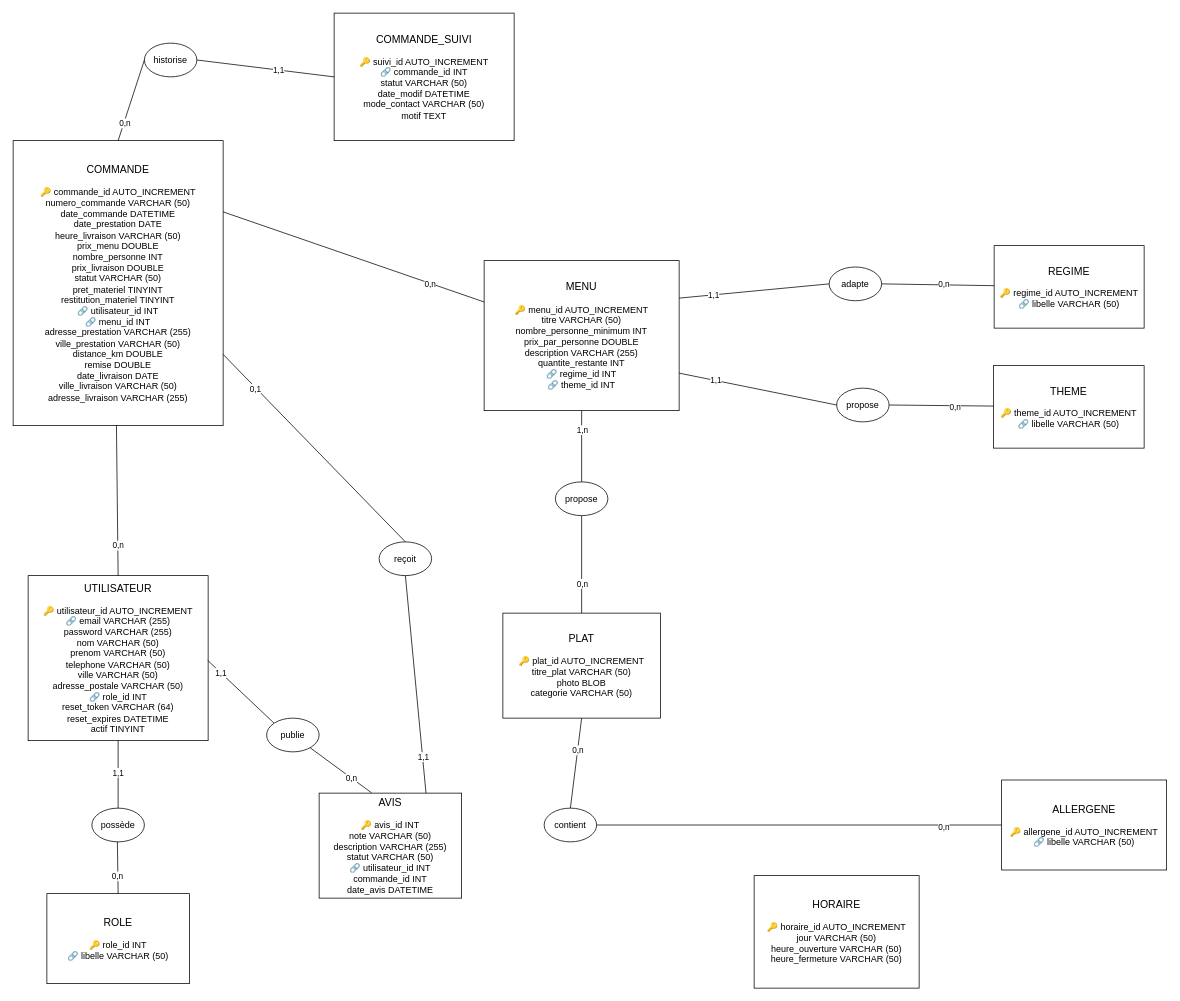
The draw.io diagram Documentation technique/Modèle Conceptuel de Données.drawio in Mathieupalle/vite-gourmand, before the edit. Source tidied: cells renumbered, new cells numbered last; positions are measured from the earlier drawing's top-left corner, leaving out a move shared by most shapes. Both pictures are drawn from the tidied source at 75%, with x=0, y=0 at pixel (13, 13).
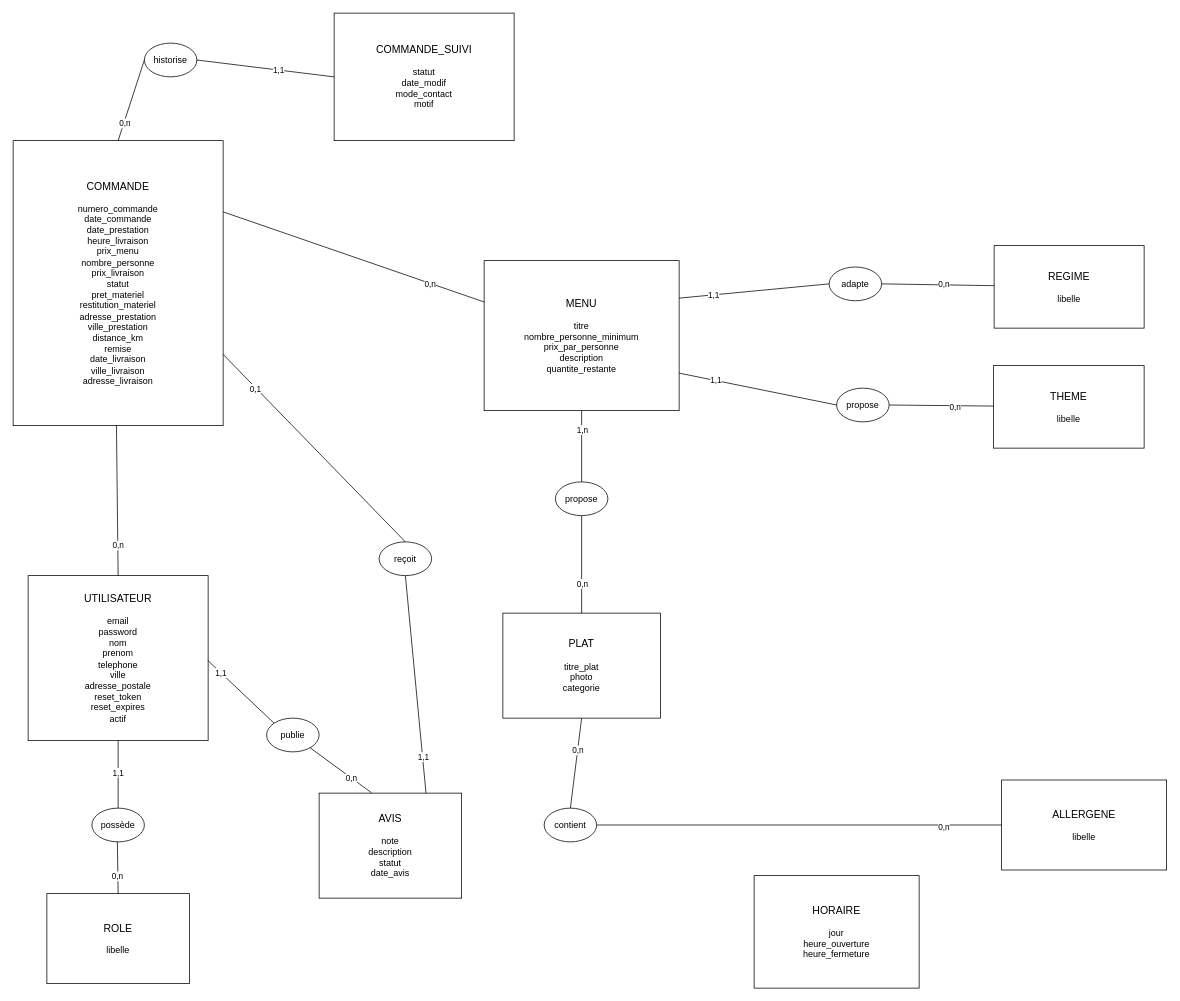
The same page after the edit.

Commit message (it also covers changes not shown here):
Mise à jour du modèle conceptuel de données et ajout de commentaires dans le code

What changed in the source:
```diff
@@
-    <mxCell id="2" value="&lt;font style=&quot;font-size: 14px;&quot;&gt;ROLE&lt;/font&gt;&lt;div&gt;&lt;br&gt;🔑 role_id INT&lt;br&gt;🔗 libelle VARCHAR (50)&lt;/div&gt;" style="rounded=0;whiteSpace=wrap;html=1;fillColor=#ffffff;strokeColor=#000000;" parent="1" vertex="1">
+    <mxCell id="2" value="&lt;font style=&quot;font-size: 14px;&quot;&gt;ROLE&lt;/font&gt;&lt;div&gt;&lt;br&gt;libelle&lt;/div&gt;" style="rounded=0;whiteSpace=wrap;html=1;fillColor=#ffffff;strokeColor=#000000;" parent="1" vertex="1">
       <mxGeometry x="45" y="1174" width="190" height="120" as="geometry" />
     </mxCell>
-    <mxCell id="3" value="&lt;font style=&quot;font-size: 14px;&quot;&gt;UTILISATEUR&lt;/font&gt;&lt;div&gt;&lt;br&gt;🔑 utilisateur_id AUTO_INCREMENT&lt;br&gt;🔗 email VARCHAR (255)&lt;br&gt;password VARCHAR (255)&lt;br&gt;nom VARCHAR (50)&lt;/div&gt;&lt;div&gt;prenom VARCHAR (50)&lt;br&gt;telephone VARCHAR (50)&lt;br&gt;ville VARCHAR (50)&lt;br&gt;adresse_postale VARCHAR (50)&lt;/div&gt;&lt;div&gt;&lt;span style=&quot;background-color: transparent; color: light-dark(rgb(0, 0, 0), rgb(255, 255, 255));&quot;&gt;🔗&amp;nbsp;&lt;/span&gt;role_id INT&lt;/div&gt;&lt;div&gt;reset_token VARCHAR (64)&lt;/div&gt;&lt;div&gt;reset_expires DATETIME&lt;/div&gt;&lt;div&gt;actif TINYINT&lt;/div&gt;" style="rounded=0;whiteSpace=wrap;html=1;fillColor=#ffffff;strokeColor=#000000;" parent="1" vertex="1">
+    <mxCell id="3" value="&lt;font style=&quot;font-size: 14px;&quot;&gt;UTILISATEUR&lt;/font&gt;&lt;div&gt;&lt;br&gt;email&lt;br&gt;password&lt;br&gt;nom&lt;/div&gt;&lt;div&gt;prenom&lt;br&gt;telephone&lt;br&gt;ville&lt;br&gt;adresse_postale&lt;/div&gt;&lt;div&gt;reset_token&lt;/div&gt;&lt;div&gt;reset_expires&lt;/div&gt;&lt;div&gt;actif&lt;/div&gt;" style="rounded=0;whiteSpace=wrap;html=1;fillColor=#ffffff;strokeColor=#000000;" parent="1" vertex="1">
       <mxGeometry x="20" y="750" width="240" height="220" as="geometry" />
     </mxCell>
-    <mxCell id="4" value="&lt;font style=&quot;font-size: 14px;&quot;&gt;REGIME&lt;/font&gt;&lt;div&gt;&lt;br&gt;🔑 regime_id AUTO_INCREMENT&lt;br&gt;🔗 libelle VARCHAR (50)&lt;/div&gt;" style="rounded=0;whiteSpace=wrap;html=1;fillColor=#ffffff;strokeColor=#000000;" parent="1" vertex="1">
+    <mxCell id="4" value="&lt;font style=&quot;font-size: 14px;&quot;&gt;REGIME&lt;/font&gt;&lt;div&gt;&lt;br&gt;libelle&lt;/div&gt;" style="rounded=0;whiteSpace=wrap;html=1;fillColor=#ffffff;strokeColor=#000000;" parent="1" vertex="1">
       <mxGeometry x="1308" y="310" width="200" height="110" as="geometry" />
     </mxCell>
-    <mxCell id="5" value="&lt;font style=&quot;font-size: 14px;&quot;&gt;THEME&lt;/font&gt;&lt;div&gt;&lt;br&gt;🔑 theme_id AUTO_INCREMENT&lt;br&gt;🔗 libelle VARCHAR (50)&lt;/div&gt;" style="rounded=0;whiteSpace=wrap;html=1;fillColor=#ffffff;strokeColor=#000000;" parent="1" vertex="1">
+    <mxCell id="5" value="&lt;font style=&quot;font-size: 14px;&quot;&gt;THEME&lt;/font&gt;&lt;div&gt;&lt;br&gt;libelle&lt;/div&gt;" style="rounded=0;whiteSpace=wrap;html=1;fillColor=#ffffff;strokeColor=#000000;" parent="1" vertex="1">
       <mxGeometry x="1307" y="470" width="201" height="110" as="geometry" />
     </mxCell>
-    <mxCell id="6" value="&lt;font style=&quot;font-size: 14px;&quot;&gt;MENU&lt;/font&gt;&lt;div&gt;&lt;br&gt;🔑 menu_id AUTO_INCREMENT&lt;br&gt;titre VARCHAR (50)&lt;br&gt;nombre_personne_minimum INT&lt;br&gt;prix_par_personne DOUBLE&lt;br&gt;description VARCHAR (255)&lt;br&gt;quantite_restante INT&lt;br&gt;&lt;div&gt;&lt;span style=&quot;background-color: transparent; color: light-dark(rgb(0, 0, 0), rgb(255, 255, 255));&quot;&gt;🔗&amp;nbsp;&lt;/span&gt;regime_id INT&lt;/div&gt;&lt;div&gt;&lt;span style=&quot;background-color: transparent; color: light-dark(rgb(0, 0, 0), rgb(255, 255, 255));&quot;&gt;🔗&amp;nbsp;&lt;/span&gt;theme_id INT&lt;/div&gt;&lt;/div&gt;" style="rounded=0;whiteSpace=wrap;html=1;fillColor=#ffffff;strokeColor=#000000;" parent="1" vertex="1">
+    <mxCell id="6" value="&lt;font style=&quot;font-size: 14px;&quot;&gt;MENU&lt;/font&gt;&lt;div&gt;&lt;br&gt;titre&lt;br&gt;nombre_personne_minimum&lt;br&gt;prix_par_personne&lt;br&gt;description&lt;br&gt;quantite_restante&lt;/div&gt;" style="rounded=0;whiteSpace=wrap;html=1;fillColor=#ffffff;strokeColor=#000000;" parent="1" vertex="1">
       <mxGeometry x="628" y="330" width="260" height="200" as="geometry" />
     </mxCell>
-    <mxCell id="7" value="&lt;font style=&quot;font-size: 14px;&quot;&gt;ALLERGENE&lt;/font&gt;&lt;div&gt;&lt;br&gt;🔑 allergene_id AUTO_INCREMENT&lt;br&gt;🔗 libelle VARCHAR (50)&lt;/div&gt;" style="rounded=0;whiteSpace=wrap;html=1;fillColor=#ffffff;strokeColor=#000000;" parent="1" vertex="1">
+    <mxCell id="7" value="&lt;font style=&quot;font-size: 14px;&quot;&gt;ALLERGENE&lt;/font&gt;&lt;div&gt;&lt;br&gt;libelle&lt;/div&gt;" style="rounded=0;whiteSpace=wrap;html=1;fillColor=#ffffff;strokeColor=#000000;" parent="1" vertex="1">
       <mxGeometry x="1318" y="1022.5" width="220" height="120" as="geometry" />
     </mxCell>
-    <mxCell id="8" value="&lt;font style=&quot;font-size: 14px;&quot;&gt;HORAIRE&lt;/font&gt;&lt;div&gt;&lt;br&gt;🔑 horaire_id AUTO_INCREMENT&lt;br&gt;jour VARCHAR (50)&lt;br&gt;heure_ouverture VARCHAR (50)&lt;br&gt;heure_fermeture VARCHAR (50)&lt;/div&gt;" style="rounded=0;whiteSpace=wrap;html=1;fillColor=#ffffff;strokeColor=#000000;" parent="1" vertex="1">
+    <mxCell id="8" value="&lt;font style=&quot;font-size: 14px;&quot;&gt;HORAIRE&lt;/font&gt;&lt;div&gt;&lt;br&gt;jour&lt;br&gt;heure_ouverture&lt;br&gt;heure_fermeture&lt;/div&gt;" style="rounded=0;whiteSpace=wrap;html=1;fillColor=#ffffff;strokeColor=#000000;" parent="1" vertex="1">
       <mxGeometry x="988" y="1150" width="220" height="150" as="geometry" />
     </mxCell>
-    <mxCell id="9" value="&lt;font style=&quot;font-size: 14px;&quot;&gt;COMMANDE&lt;/font&gt;&lt;div&gt;&lt;font style=&quot;font-size: 12px;&quot;&gt;&lt;br&gt;🔑 commande_id AUTO_INCREMENT&lt;br&gt;numero_commande VARCHAR (50)&lt;br&gt;date_commande DATETIME&lt;br&gt;date_prestation DATE&lt;br&gt;heure_livraison VARCHAR (50)&lt;br&gt;prix_menu DOUBLE&lt;br&gt;nombre_personne INT&lt;br&gt;prix_livraison DOUBLE&lt;br&gt;statut VARCHAR (50)&lt;br&gt;pret_materiel TINYINT&lt;br&gt;restitution_materiel TINYINT&lt;/font&gt;&lt;/div&gt;&lt;div&gt;&lt;font style=&quot;font-size: 12px;&quot;&gt;&lt;span style=&quot;background-color: transparent; color: light-dark(rgb(0, 0, 0), rgb(255, 255, 255));&quot;&gt;🔗&amp;nbsp;&lt;/span&gt;utilisateur_id INT&lt;/font&gt;&lt;/div&gt;&lt;div&gt;&lt;font style=&quot;font-size: 12px;&quot;&gt;&lt;span style=&quot;background-color: transparent; color: light-dark(rgb(0, 0, 0), rgb(255, 255, 255));&quot;&gt;🔗&amp;nbsp;&lt;/span&gt;menu_id INT&lt;/font&gt;&lt;/div&gt;&lt;div&gt;&lt;font style=&quot;font-size: 12px;&quot;&gt;adresse_prestation VARCHAR (255)&lt;/font&gt;&lt;/div&gt;&lt;div&gt;&lt;font style=&quot;font-size: 12px;&quot;&gt;ville_prestation VARCHAR (50)&lt;/font&gt;&lt;/div&gt;&lt;div&gt;&lt;font style=&quot;font-size: 12px;&quot;&gt;distance_km DOUBLE&lt;/font&gt;&lt;/div&gt;&lt;div&gt;&lt;font style=&quot;font-size: 12px;&quot;&gt;remise DOUBLE&lt;/font&gt;&lt;/div&gt;&lt;div&gt;&lt;font style=&quot;font-size: 12px;&quot;&gt;date_livraison DATE&lt;/font&gt;&lt;/div&gt;&lt;div&gt;&lt;font style=&quot;font-size: 12px;&quot;&gt;ville_livraison VARCHAR (50)&lt;/font&gt;&lt;/div&gt;&lt;div&gt;&lt;font style=&quot;font-size: 12px;&quot;&gt;adresse_livraison VARCHAR (255)&lt;/font&gt;&lt;/div&gt;" style="rounded=0;whiteSpace=wrap;html=1;fillColor=#ffffff;strokeColor=#000000;align=center;" parent="1" vertex="1">
+    <mxCell id="9" value="&lt;font style=&quot;font-size: 14px;&quot;&gt;COMMANDE&lt;/font&gt;&lt;div&gt;&lt;font style=&quot;font-size: 12px;&quot;&gt;&lt;br&gt;numero_commande&lt;br&gt;date_commande&lt;br&gt;date_prestation&lt;br&gt;heure_livraison&lt;br&gt;prix_menu&lt;br&gt;nombre_personne&lt;br&gt;prix_livraison&lt;br&gt;statut&lt;br&gt;pret_materiel&lt;br&gt;restitution_materiel&lt;/font&gt;&lt;/div&gt;&lt;div&gt;&lt;font style=&quot;font-size: 12px;&quot;&gt;adresse_prestation&lt;/font&gt;&lt;/div&gt;&lt;div&gt;&lt;font style=&quot;font-size: 12px;&quot;&gt;ville_prestation&lt;/font&gt;&lt;/div&gt;&lt;div&gt;&lt;font style=&quot;font-size: 12px;&quot;&gt;distance_km&lt;/font&gt;&lt;/div&gt;&lt;div&gt;&lt;font style=&quot;font-size: 12px;&quot;&gt;remise&lt;/font&gt;&lt;/div&gt;&lt;div&gt;&lt;font style=&quot;font-size: 12px;&quot;&gt;date_livraison&lt;/font&gt;&lt;/div&gt;&lt;div&gt;&lt;font style=&quot;font-size: 12px;&quot;&gt;ville_livraison&lt;/font&gt;&lt;/div&gt;&lt;div&gt;&lt;font style=&quot;font-size: 12px;&quot;&gt;adresse_livraison&lt;/font&gt;&lt;/div&gt;" style="rounded=0;whiteSpace=wrap;html=1;fillColor=#ffffff;strokeColor=#000000;align=center;" parent="1" vertex="1">
       <mxGeometry y="170" width="280" height="380" as="geometry" />
     </mxCell>
-    <mxCell id="10" value="&lt;font style=&quot;font-size: 14px;&quot;&gt;COMMANDE_SUIVI&lt;/font&gt;&lt;div&gt;&lt;br&gt;🔑 suivi_id AUTO_INCREMENT&lt;br&gt;&lt;div&gt;&lt;span style=&quot;background-color: transparent; color: light-dark(rgb(0, 0, 0), rgb(255, 255, 255));&quot;&gt;🔗&amp;nbsp;&lt;/span&gt;commande_id INT&lt;br&gt;statut VARCHAR (50)&lt;br&gt;date_modif DATETIME&lt;br&gt;mode_contact VARCHAR (50)&lt;br&gt;motif TEXT&lt;/div&gt;&lt;/div&gt;" style="rounded=0;whiteSpace=wrap;html=1;fillColor=#ffffff;strokeColor=#000000;" parent="1" vertex="1">
+    <mxCell id="10" value="&lt;font style=&quot;font-size: 14px;&quot;&gt;COMMANDE_SUIVI&lt;/font&gt;&lt;div&gt;&lt;br&gt;&lt;div&gt;statut&lt;br&gt;date_modif&lt;br&gt;mode_contact&lt;br&gt;motif&lt;/div&gt;&lt;/div&gt;" style="rounded=0;whiteSpace=wrap;html=1;fillColor=#ffffff;strokeColor=#000000;" parent="1" vertex="1">
       <mxGeometry x="428" width="240" height="170" as="geometry" />
     </mxCell>
-    <mxCell id="11" value="&lt;font style=&quot;font-size: 14px;&quot;&gt;AVIS&lt;/font&gt;&lt;div&gt;&lt;br&gt;🔑 avis_id INT&lt;br&gt;note VARCHAR (50)&lt;br&gt;description VARCHAR (255)&lt;br&gt;statut VARCHAR (50)&lt;/div&gt;&lt;div&gt;&lt;span style=&quot;background-color: transparent; color: light-dark(rgb(0, 0, 0), rgb(255, 255, 255));&quot;&gt;🔗&amp;nbsp;&lt;/span&gt;utilisateur_id INT&lt;/div&gt;&lt;div&gt;commande_id INT&lt;/div&gt;&lt;div&gt;date_avis DATETIME&lt;/div&gt;" style="rounded=0;whiteSpace=wrap;html=1;fillColor=#ffffff;strokeColor=#000000;" parent="1" vertex="1">
+    <mxCell id="11" value="&lt;font style=&quot;font-size: 14px;&quot;&gt;AVIS&lt;/font&gt;&lt;div&gt;&lt;br&gt;note&lt;br&gt;description&lt;br&gt;statut&lt;/div&gt;&lt;div&gt;date_avis&lt;/div&gt;" style="rounded=0;whiteSpace=wrap;html=1;fillColor=#ffffff;strokeColor=#000000;" parent="1" vertex="1">
       <mxGeometry x="408" y="1040" width="190" height="140" as="geometry" />
     </mxCell>
@@
-    <mxCell id="32" value="&lt;font style=&quot;font-size: 14px;&quot;&gt;PLAT&lt;/font&gt;&lt;div&gt;&lt;br&gt;🔑 plat_id AUTO_INCREMENT&lt;br&gt;titre_plat VARCHAR (50)&lt;br&gt;photo BLOB&lt;/div&gt;&lt;div&gt;categorie VARCHAR (50)&lt;/div&gt;" style="rounded=0;whiteSpace=wrap;html=1;fillColor=#ffffff;strokeColor=#000000;" parent="1" vertex="1">
+    <mxCell id="32" value="&lt;font style=&quot;font-size: 14px;&quot;&gt;PLAT&lt;/font&gt;&lt;div&gt;&lt;br&gt;titre_plat&lt;br&gt;photo&lt;/div&gt;&lt;div&gt;categorie&lt;/div&gt;" style="rounded=0;whiteSpace=wrap;html=1;fillColor=#ffffff;strokeColor=#000000;" parent="1" vertex="1">
       <mxGeometry x="653" y="800" width="210" height="140" as="geometry" />
     </mxCell>
```
